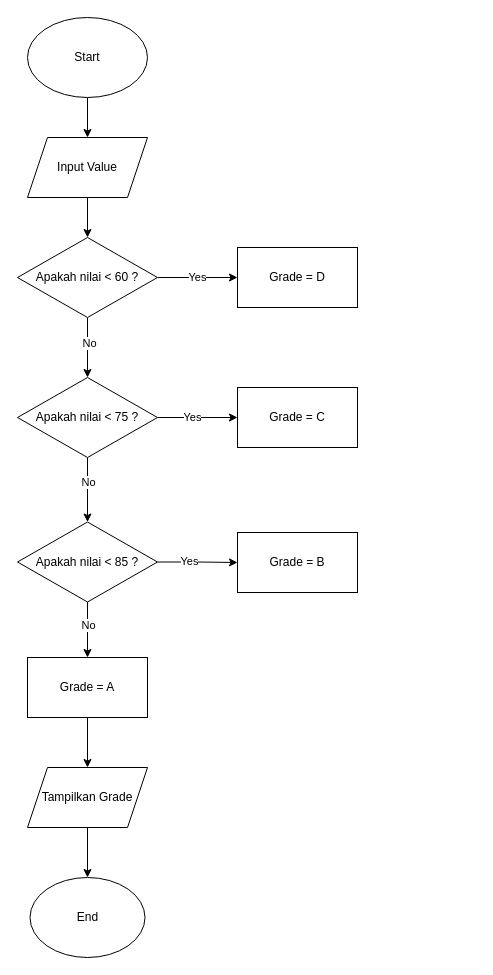
Above: Soal-no-1-grade.drawio in hmiftachul11/Flowchart---Pseudocode (draw.io), before the change. Source tidied: cells renumbered, new cells numbered last; positions are measured from the earlier drawing's top-left corner, leaving out a move shared by most shapes. Both pictures are drawn from the tidied source at 100%, with x=0, y=0 at pixel (17, 17).
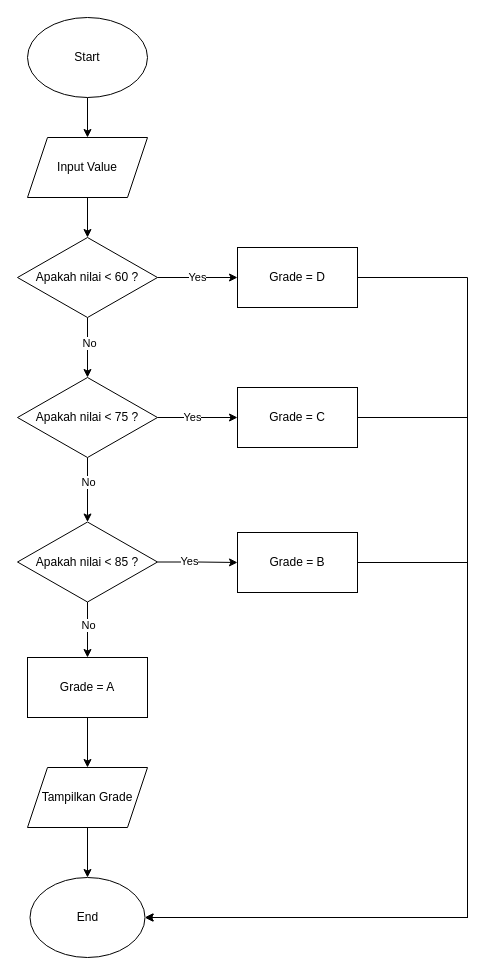
Above is the later version.

Unchanged cells that the change refers to:
```xml
<mxCell id="10" value="Grade = D" style="rounded=0;whiteSpace=wrap;html=1;" parent="1" vertex="1">
  <mxGeometry x="220" y="230" width="120" height="60" as="geometry" />
</mxCell>
<mxCell id="16" value="Grade = C" style="whiteSpace=wrap;html=1;" parent="1" vertex="1">
  <mxGeometry x="220" y="370" width="120" height="60" as="geometry" />
</mxCell>
<mxCell id="22" value="Grade = B" style="whiteSpace=wrap;html=1;" parent="1" vertex="1">
  <mxGeometry x="220" y="515" width="120" height="60" as="geometry" />
</mxCell>
<mxCell id="27" value="End" style="ellipse;whiteSpace=wrap;html=1;" parent="1" vertex="1">
  <mxGeometry x="12.5" y="860" width="115" height="80" as="geometry" />
</mxCell>
```

The edit, as a diff of the source:
```diff
@@
+    <mxCell id="28" style="edgeStyle=orthogonalEdgeStyle;rounded=0;jettySize=auto;html=1;entryX=1;entryY=0.5;entryDx=0;entryDy=0;" parent="1" edge="1" source="10" target="27">
+      <mxGeometry relative="1" as="geometry">
+        <Array as="points">
+          <mxPoint x="450" y="260" />
+          <mxPoint x="450" y="900" />
+        </Array>
+      </mxGeometry>
+    </mxCell>
@@
+    <mxCell id="29" style="edgeStyle=orthogonalEdgeStyle;rounded=0;jettySize=auto;html=1;entryX=1;entryY=0.5;entryDx=0;entryDy=0;" parent="1" edge="1" source="16" target="27">
+      <mxGeometry relative="1" as="geometry">
+        <Array as="points">
+          <mxPoint x="450" y="400" />
+          <mxPoint x="450" y="900" />
+        </Array>
+      </mxGeometry>
+    </mxCell>
@@
+    <mxCell id="30" style="edgeStyle=orthogonalEdgeStyle;rounded=0;jettySize=auto;html=1;exitX=1;exitY=0.5;exitDx=0;exitDy=0;" parent="1" edge="1" source="22" target="27">
+      <mxGeometry relative="1" as="geometry">
+        <Array as="points">
+          <mxPoint x="450" y="545" />
+          <mxPoint x="450" y="900" />
+        </Array>
+      </mxGeometry>
+    </mxCell>
```
